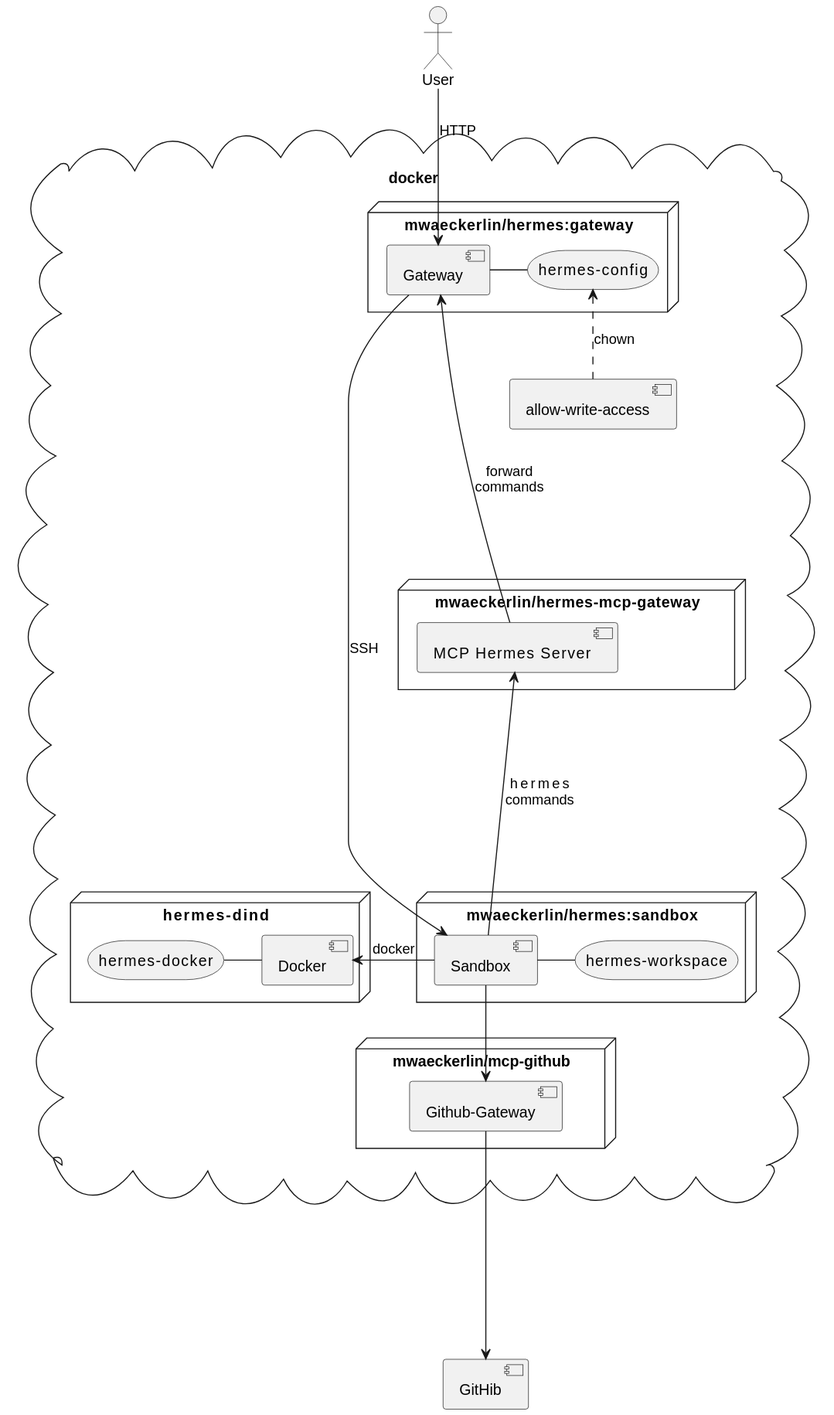
Earlier version of the PlantUML export doc/architecture.svg (mwaeckerlin/hermes).
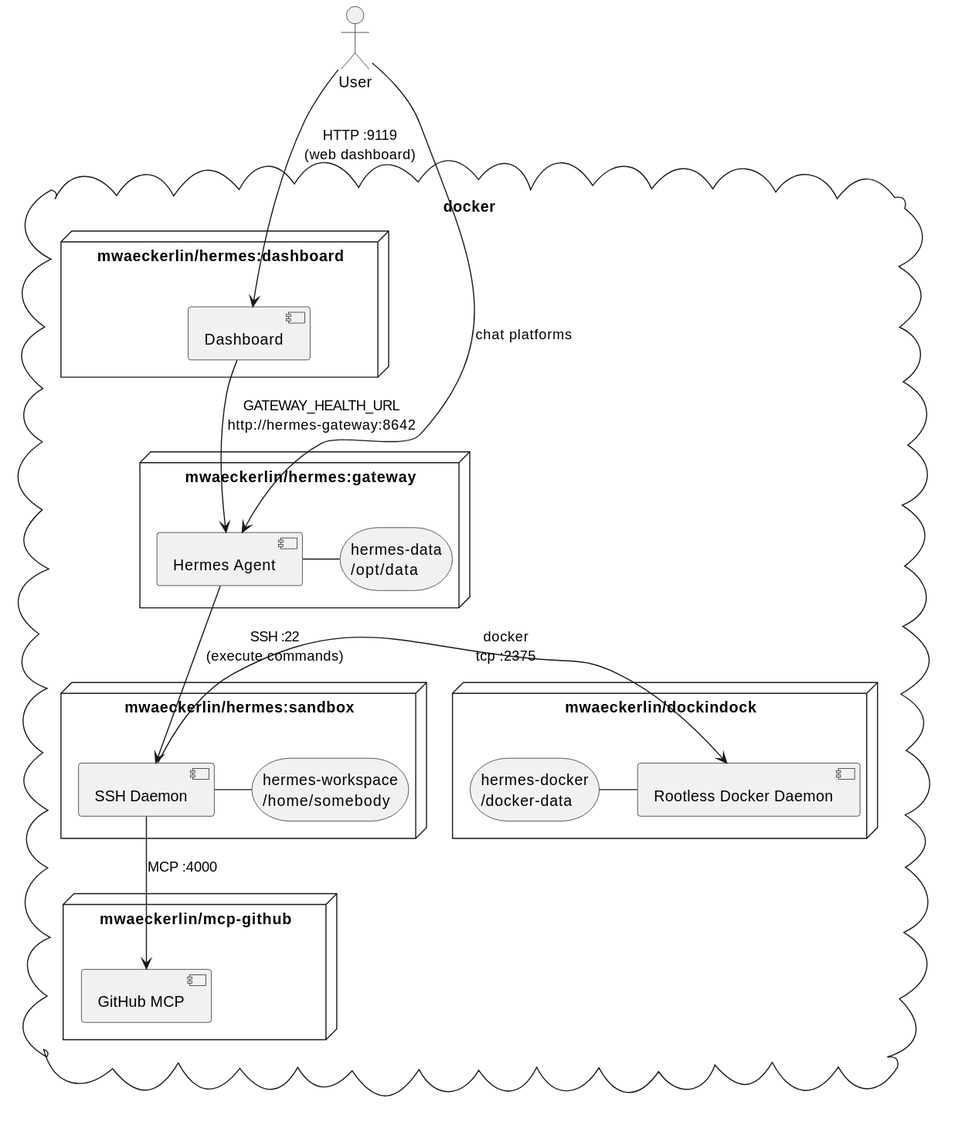
Above is the later version.

Diff of the diagram source:
```diff
@@ -3,41 +3,37 @@
 
 cloud docker {
 
-  node "mwaeckerlin/openclaw:gateway" as gw {
-    [Gateway] as ctrl
-    storage "openclaw-config" as cfg
+  node "mwaeckerlin/hermes:gateway" as gw {
+    [Hermes Agent] as ctrl
+    storage "hermes-data\n/opt/data" as cfg
     ctrl - cfg
   }
 
-  node "mwaeckerlin/openclaw-mcp-gateway" {
-    [MCP OpenClaw Server] as mcp
+  node "mwaeckerlin/hermes:dashboard" as dash {
+    [Dashboard] as ui
   }
 
-  node "mwaeckerlin/openclaw:sandbox" as sb {
-    [Sandbox] as sshd
-    storage "openclaw-workspace" as ws
+  node "mwaeckerlin/hermes:sandbox" as sb {
+    [SSH Daemon] as sshd
+    storage "hermes-workspace\n/home/somebody" as ws
     sshd -right- ws
   }
 
-  node "openclaw-dind" as dind {
-    [Docker] as dd
-    storage "openclaw-docker" as dv
+  node "mwaeckerlin/dockindock" as dind {
+    [Rootless Docker Daemon] as dd
+    storage "hermes-docker\n/docker-data" as dv
     dd -left- dv
   }
 
-  node "mwaeckerlin/mcp-github" {
-    [Github-Gateway] as gh
+  node "mwaeckerlin/mcp-github" as mcp {
+    [GitHub MCP] as gh
   }
-
-  component "allow-write-access" as aw
 }
 
-user --> ctrl : "HTTP"
-ctrl --> sshd : "SSH"
-sshd --up--> mcp : openclaw\ncommands
-mcp --up--> ctrl : forward\ncommands
-sshd -left-> dd : docker
-aw .up.> cfg : chown
-sshd --> gh
-gh ----> [GitHib]
+user --> ui : "HTTP :9119\n(web dashboard)"
+user --> ctrl : "chat platforms"
+ui --> ctrl : "GATEWAY_HEALTH_URL\nhttp://hermes-gateway:8642"
+ctrl --> sshd : "SSH :22\n(execute commands)"
+sshd -left-> dd : "docker\ntcp :2375"
+sshd --> gh : "MCP :4000"
 @enduml
```
